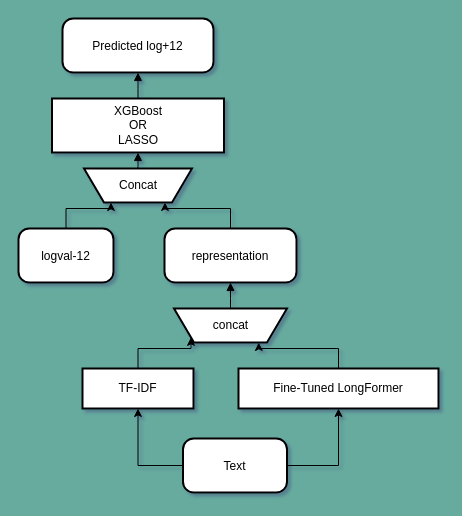
Earlier version of the draw.io diagram statistical_data_mining/project/figure2.drawio (bu-bu-xxx/courses). Source tidied: cells renumbered, new cells numbered last; positions are measured from the earlier drawing's top-left corner, leaving out a move shared by most shapes. Both pictures are drawn from the tidied source at 100%, with x=0, y=0 at pixel (18, 18).
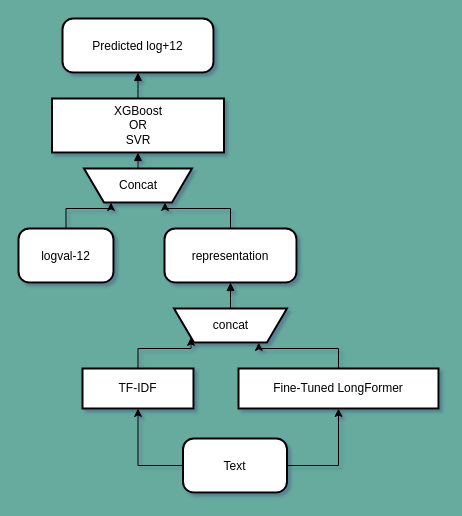
The same page after the edit.

The edit, as a diff of the source:
```diff
@@
 <mxGraphModel background="#67AB9F" shadow="1">
   <root>
     <mxCell id="0" />
     <mxCell id="1" parent="0" />
     <mxCell id="2" style="edgeStyle=orthogonalEdgeStyle;rounded=0;jettySize=auto;html=1;exitX=0;exitY=0.5;exitDx=0;exitDy=0;entryX=0.5;entryY=1;entryDx=0;entryDy=0;labelBackgroundColor=none;fontColor=default;" parent="1" edge="1" source="3" target="7">
       <mxGeometry relative="1" as="geometry" />
     </mxCell>
     <mxCell id="3" value="Text" style="rounded=1;arcSize=20;strokeWidth=2;labelBackgroundColor=none;" parent="1" vertex="1">
       <mxGeometry x="164.5" y="420" width="104" height="54" as="geometry" />
     </mxCell>
     <mxCell id="4" style="edgeStyle=orthogonalEdgeStyle;rounded=0;jettySize=auto;html=1;exitX=0.5;exitY=0;exitDx=0;exitDy=0;entryX=0.75;entryY=1;entryDx=0;entryDy=0;labelBackgroundColor=none;fontColor=default;" parent="1" edge="1" source="5" target="8">
       <mxGeometry relative="1" as="geometry" />
     </mxCell>
     <mxCell id="5" value="Fine-Tuned LongFormer" style="whiteSpace=wrap;strokeWidth=2;labelBackgroundColor=none;" parent="1" vertex="1">
       <mxGeometry x="220" y="350" width="200" height="40" as="geometry" />
     </mxCell>
     <mxCell id="6" style="edgeStyle=orthogonalEdgeStyle;rounded=0;jettySize=auto;html=1;exitX=0.5;exitY=0;exitDx=0;exitDy=0;entryX=0;entryY=1;entryDx=0;entryDy=0;labelBackgroundColor=none;fontColor=default;" parent="1" edge="1" source="7" target="8">
       <mxGeometry relative="1" as="geometry" />
     </mxCell>
     <mxCell id="7" value="TF-IDF" style="whiteSpace=wrap;strokeWidth=2;labelBackgroundColor=none;" parent="1" vertex="1">
       <mxGeometry x="64" y="350" width="111" height="40" as="geometry" />
     </mxCell>
     <mxCell id="8" value="concat" style="shape=trapezoid;perimeter=trapezoidPerimeter;fixedSize=1;strokeWidth=2;whiteSpace=wrap;flipV=1;labelBackgroundColor=none;" parent="1" vertex="1">
       <mxGeometry x="155.5" y="290" width="113" height="34" as="geometry" />
     </mxCell>
     <mxCell id="9" style="edgeStyle=orthogonalEdgeStyle;rounded=0;jettySize=auto;html=1;exitX=0.5;exitY=0;exitDx=0;exitDy=0;entryX=0.75;entryY=1;entryDx=0;entryDy=0;labelBackgroundColor=none;fontColor=default;" parent="1" edge="1" source="10" target="13">
       <mxGeometry relative="1" as="geometry" />
     </mxCell>
     <mxCell id="10" value="representation" style="rounded=1;arcSize=20;strokeWidth=2;labelBackgroundColor=none;" parent="1" vertex="1">
       <mxGeometry x="146" y="210" width="132" height="54" as="geometry" />
     </mxCell>
     <mxCell id="11" style="edgeStyle=orthogonalEdgeStyle;rounded=0;jettySize=auto;html=1;exitX=0.5;exitY=0;exitDx=0;exitDy=0;entryX=0.25;entryY=1;entryDx=0;entryDy=0;labelBackgroundColor=none;fontColor=default;" parent="1" edge="1" source="12" target="13">
       <mxGeometry relative="1" as="geometry" />
     </mxCell>
     <mxCell id="12" value="logval-12" style="rounded=1;arcSize=20;strokeWidth=2;labelBackgroundColor=none;" parent="1" vertex="1">
       <mxGeometry y="210" width="95" height="54" as="geometry" />
     </mxCell>
     <mxCell id="13" value="Concat" style="shape=trapezoid;perimeter=trapezoidPerimeter;fixedSize=1;strokeWidth=2;whiteSpace=wrap;flipV=1;labelBackgroundColor=none;" parent="1" vertex="1">
       <mxGeometry x="65.5" y="150" width="108" height="34" as="geometry" />
     </mxCell>
-    <mxCell id="14" value="XGBoost&#10;OR&#10;LASSO" style="whiteSpace=wrap;strokeWidth=2;labelBackgroundColor=none;" parent="1" vertex="1">
+    <mxCell id="14" value="XGBoost&#10;OR&#10;SVR" style="whiteSpace=wrap;strokeWidth=2;labelBackgroundColor=none;" parent="1" vertex="1">
       <mxGeometry x="33.5" y="80" width="172" height="54" as="geometry" />
     </mxCell>
     <mxCell id="15" value="Predicted log+12" style="rounded=1;arcSize=20;strokeWidth=2;labelBackgroundColor=none;" parent="1" vertex="1">
       <mxGeometry x="44" width="151" height="54" as="geometry" />
     </mxCell>
     <mxCell id="16" style="curved=1;startArrow=none;endArrow=block;exitX=0.5;exitY=0;entryX=0.5;entryY=1;rounded=0;labelBackgroundColor=none;fontColor=default;" parent="1" edge="1" source="8" target="10">
       <mxGeometry relative="1" as="geometry" />
     </mxCell>
     <mxCell id="17" style="curved=1;startArrow=none;endArrow=block;exitX=0.5;exitY=0;entryX=0.5;entryY=1;rounded=0;labelBackgroundColor=none;fontColor=default;" parent="1" edge="1" source="13" target="14">
       <mxGeometry relative="1" as="geometry" />
     </mxCell>
     <mxCell id="18" style="curved=1;startArrow=none;endArrow=block;exitX=0.5;exitY=0;entryX=0.5;entryY=1;rounded=0;labelBackgroundColor=none;fontColor=default;" parent="1" edge="1" source="14" target="15">
       <mxGeometry relative="1" as="geometry" />
     </mxCell>
     <mxCell id="19" style="edgeStyle=orthogonalEdgeStyle;rounded=0;jettySize=auto;html=1;exitX=1;exitY=0.5;exitDx=0;exitDy=0;entryX=0.5;entryY=1;entryDx=0;entryDy=0;labelBackgroundColor=none;fontColor=default;" parent="1" edge="1" source="3" target="5">
       <mxGeometry relative="1" as="geometry" />
     </mxCell>
   </root>
 </mxGraphModel>
```
